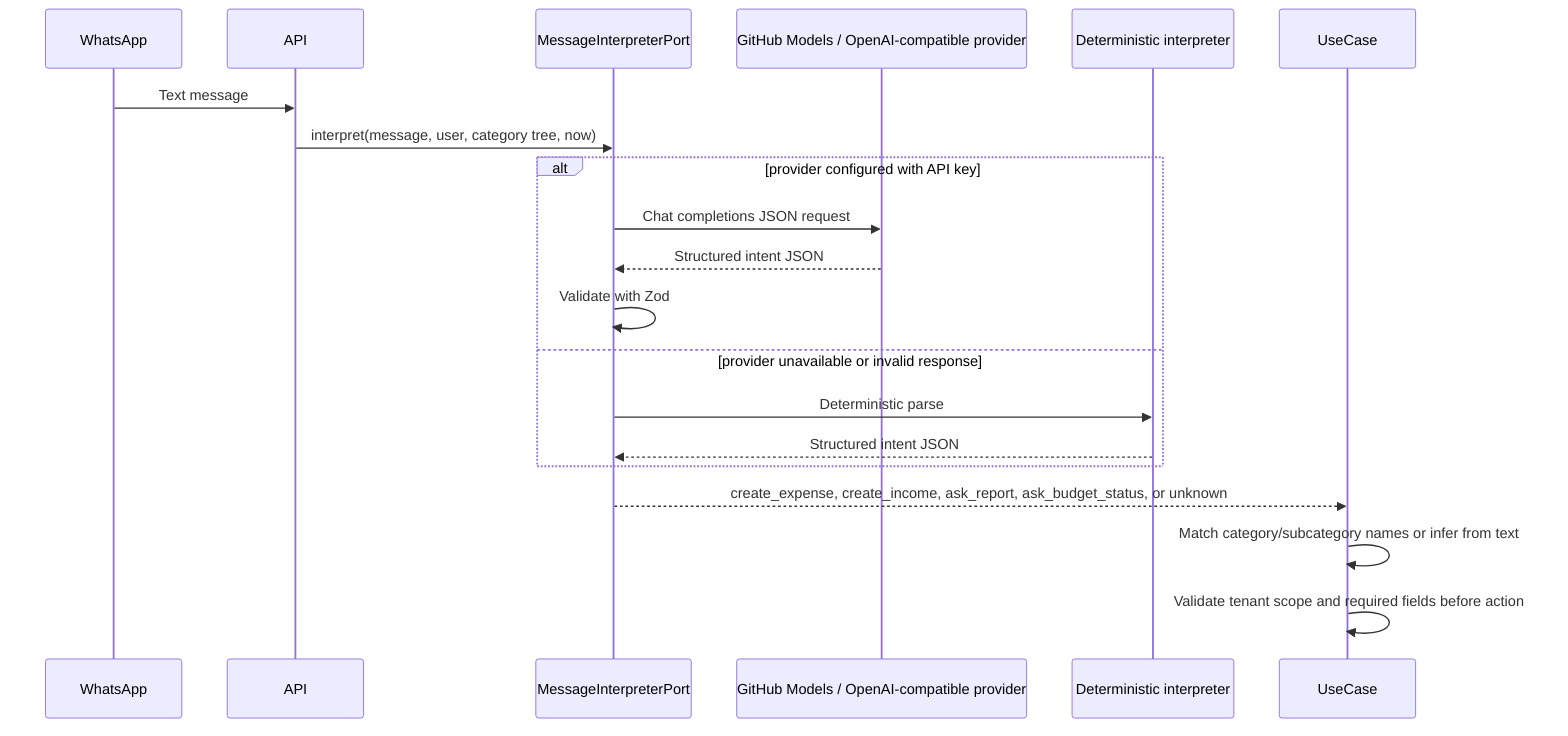
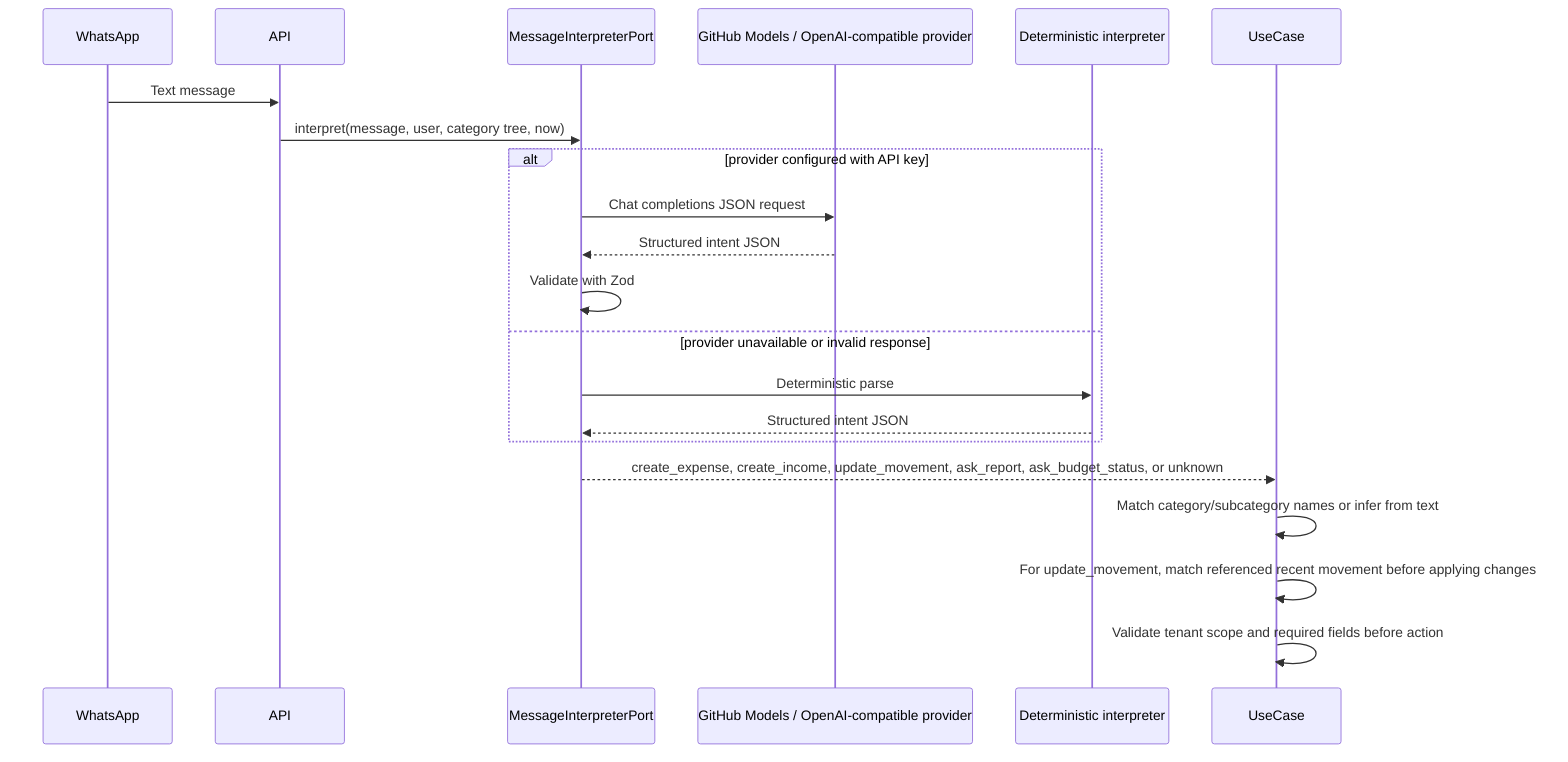
sequenceDiagram
  participant WhatsApp
  participant API
  participant Port as MessageInterpreterPort
  participant LLM as GitHub Models / OpenAI-compatible provider
  participant Fallback as Deterministic interpreter
  participant UseCase
  WhatsApp->>API: Text message
  API->>Port: interpret(message, user, category tree, now)
  alt provider configured with API key
    Port->>LLM: Chat completions JSON request
    LLM-->>Port: Structured intent JSON
    Port->>Port: Validate with Zod
  else provider unavailable or invalid response
    Port->>Fallback: Deterministic parse
    Fallback-->>Port: Structured intent JSON
  end
-   Port-->>UseCase: create_expense, create_income, ask_report, ask_budget_status, or unknown
+   Port-->>UseCase: create_expense, create_income, update_movement, ask_report, ask_budget_status, or unknown
  UseCase->>UseCase: Match category/subcategory names or infer from text
+   UseCase->>UseCase: For update_movement, match referenced recent movement before applying changes
  UseCase->>UseCase: Validate tenant scope and required fields before action
